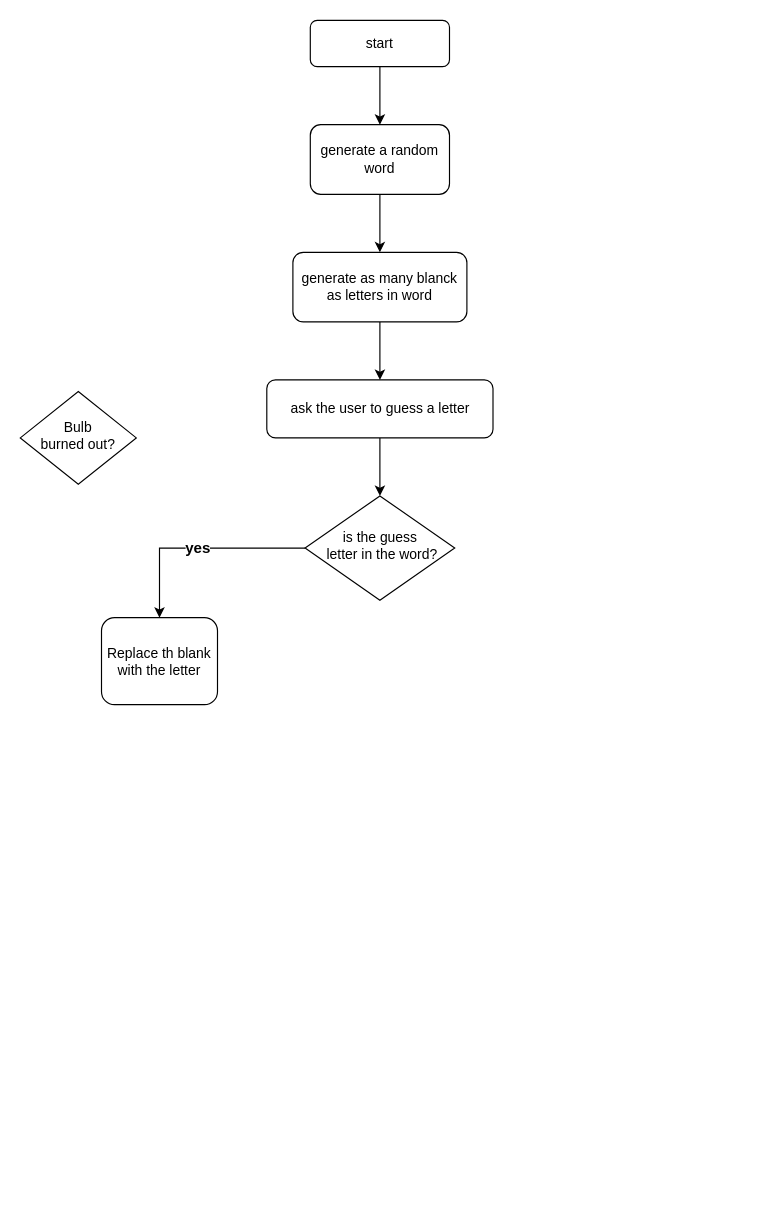
This is Diagrama sin título.drawio from jcdev92/Python, a draw.io file, before an edit. Source tidied: cells renumbered, new cells numbered last; positions are measured from the earlier drawing's top-left corner, leaving out a move shared by most shapes. Both pictures are drawn from the tidied source at 116%, with x=0, y=0 at pixel (20, 20).
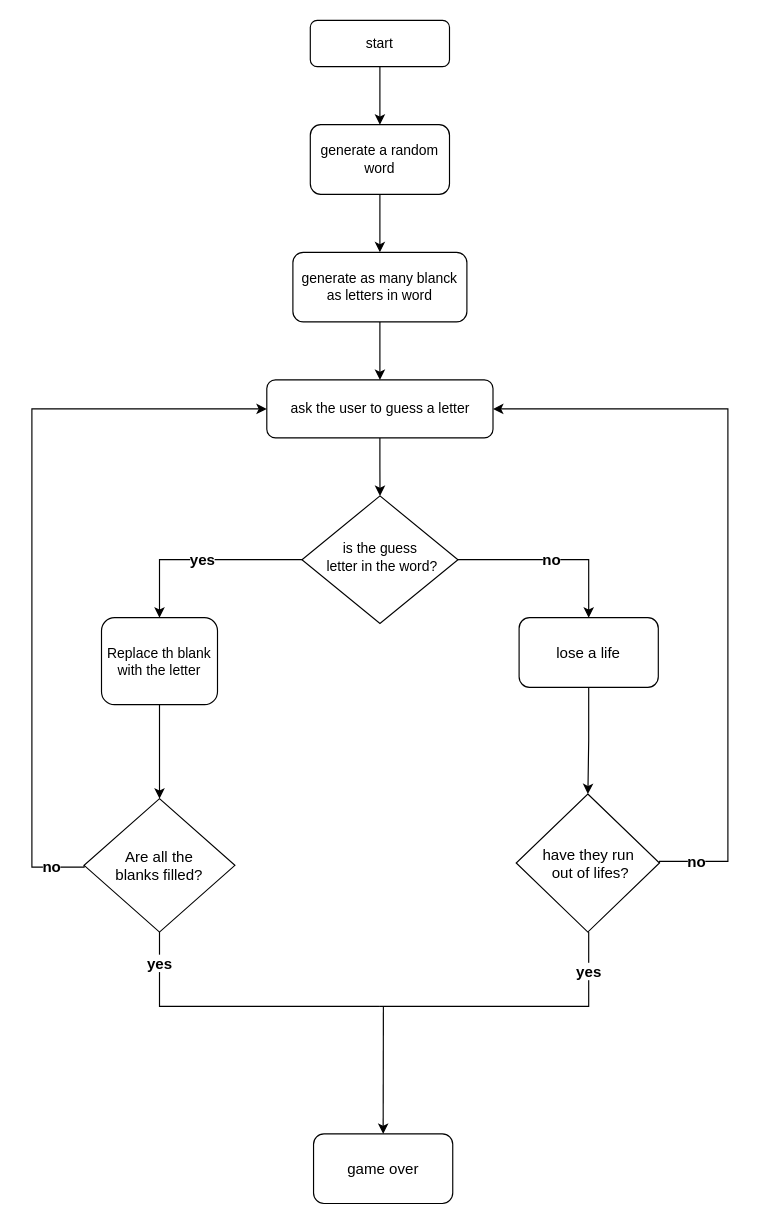
The same page after the edit.

The change refers to these unchanged cells:
```xml
<mxCell id="10" value="ask the user to guess a letter" style="rounded=1;whiteSpace=wrap;html=1;fontSize=12;glass=0;strokeWidth=1;shadow=0;" parent="1" vertex="1">
  <mxGeometry x="212.5" y="310" width="195" height="50" as="geometry" />
</mxCell>
<mxCell id="11" value="&lt;div&gt;Replace th blank with the letter&lt;/div&gt;" style="rounded=1;whiteSpace=wrap;html=1;fontSize=12;glass=0;strokeWidth=1;shadow=0;" parent="1" vertex="1">
  <mxGeometry x="70" y="515" width="100" height="75" as="geometry" />
</mxCell>
```

Diff of the diagram source:
```diff
@@
     <mxCell id="4" value="yes" style="edgeStyle=orthogonalEdgeStyle;rounded=0;jettySize=auto;html=1;exitX=0;exitY=0.5;exitDx=0;exitDy=0;fontSize=13;fontStyle=1;" parent="1" edge="1" source="5" target="11">
-      <mxGeometry relative="1" as="geometry" />
+      <mxGeometry relative="1" as="geometry">
+        <Array as="points">
+          <mxPoint x="120" y="465" />
+        </Array>
+      </mxGeometry>
     </mxCell>
+    <mxCell id="14" value="no" style="edgeStyle=orthogonalEdgeStyle;rounded=0;jettySize=auto;html=1;fontSize=13;fontStyle=1;" parent="1" edge="1" source="5" target="17">
+      <mxGeometry relative="1" as="geometry">
+        <Array as="points">
+          <mxPoint x="490" y="465" />
+        </Array>
+      </mxGeometry>
+    </mxCell>
     <mxCell id="5" value="&lt;div&gt;is the guess&lt;/div&gt;&lt;div&gt;&amp;nbsp;letter in the word?&lt;/div&gt;" style="rhombus;whiteSpace=wrap;html=1;shadow=0;fontFamily=Helvetica;fontSize=12;align=center;strokeWidth=1;spacing=6;spacingTop=-4;" parent="1" vertex="1">
-      <mxGeometry x="245.5" y="410" width="129" height="90" as="geometry" />
+      <mxGeometry x="242.8" y="410" width="134.5" height="110" as="geometry" />
     </mxCell>
@@
-    <mxCell id="8" value="Bulb&lt;br&gt;burned out?" style="rhombus;whiteSpace=wrap;html=1;shadow=0;fontFamily=Helvetica;fontSize=12;align=center;strokeWidth=1;spacing=6;spacingTop=-4;" parent="1" vertex="1">
-      <mxGeometry y="320" width="100" height="80" as="geometry" />
-    </mxCell>
@@
+    <mxCell id="15" style="edgeStyle=orthogonalEdgeStyle;rounded=0;jettySize=auto;html=1;fontSize=13;" parent="1" edge="1" source="11" target="20">
+      <mxGeometry relative="1" as="geometry" />
+    </mxCell>
@@
+    <mxCell id="16" style="edgeStyle=orthogonalEdgeStyle;rounded=0;jettySize=auto;html=1;fontSize=13;" parent="1" edge="1" source="17" target="22">
+      <mxGeometry relative="1" as="geometry" />
+    </mxCell>
+    <mxCell id="17" value="lose a life" style="rounded=1;whiteSpace=wrap;html=1;fontSize=13;" parent="1" vertex="1">
+      <mxGeometry x="430" y="515" width="120" height="60" as="geometry" />
+    </mxCell>
+    <mxCell id="18" value="&lt;div&gt;game over&lt;/div&gt;" style="rounded=1;whiteSpace=wrap;html=1;fontSize=13;" parent="1" vertex="1">
+      <mxGeometry x="252.8" y="960" width="120" height="60" as="geometry" />
+    </mxCell>
+    <mxCell id="19" value="no" style="edgeStyle=orthogonalEdgeStyle;rounded=0;jettySize=auto;html=1;exitX=0;exitY=0.5;exitDx=0;exitDy=0;entryX=0;entryY=0.5;entryDx=0;entryDy=0;fontSize=13;fontStyle=1;" parent="1" edge="1" source="20" target="10">
+      <mxGeometry x="-0.91" relative="1" as="geometry">
+        <Array as="points">
+          <mxPoint x="10" y="730" />
+          <mxPoint x="10" y="335" />
+        </Array>
+      </mxGeometry>
+    </mxCell>
+    <mxCell id="20" value="&lt;div&gt;Are all the &lt;br&gt;&lt;/div&gt;&lt;div&gt;blanks filled?&lt;/div&gt;" style="rhombus;whiteSpace=wrap;html=1;fontSize=13;" parent="1" vertex="1">
+      <mxGeometry x="55" y="671" width="130" height="115" as="geometry" />
+    </mxCell>
+    <mxCell id="21" value="no" style="edgeStyle=orthogonalEdgeStyle;rounded=0;jettySize=auto;html=1;exitX=1;exitY=0.5;exitDx=0;exitDy=0;entryX=1;entryY=0.5;entryDx=0;entryDy=0;fontSize=13;fontStyle=1;" parent="1" edge="1" source="22" target="10">
+      <mxGeometry x="-0.9" relative="1" as="geometry">
+        <Array as="points">
+          <mxPoint x="610" y="725" />
+          <mxPoint x="610" y="335" />
+        </Array>
+      </mxGeometry>
+    </mxCell>
+    <mxCell id="22" value="&lt;div&gt;have they run&lt;/div&gt;&lt;div&gt;&amp;nbsp;out of lifes?&lt;/div&gt;" style="rhombus;whiteSpace=wrap;html=1;fontSize=13;" parent="1" vertex="1">
+      <mxGeometry x="427.5" y="667" width="123.5" height="119" as="geometry" />
+    </mxCell>
+    <mxCell id="23" style="endArrow=classic;html=1;rounded=0;fontSize=13;entryX=0.5;entryY=0;entryDx=0;entryDy=0;" parent="1" edge="1" target="18">
+      <mxGeometry relative="1" as="geometry">
+        <mxPoint x="313" y="850" as="sourcePoint" />
+      </mxGeometry>
+    </mxCell>
+    <mxCell id="24" value="&lt;div&gt;yes&lt;/div&gt;" style="endArrow=none;html=1;rounded=0;fontSize=13;exitX=0.5;exitY=1;exitDx=0;exitDy=0;fontStyle=1;" parent="1" edge="1" source="20">
+      <mxGeometry x="-0.79" relative="1" as="geometry">
+        <mxPoint x="310" y="850" as="targetPoint" />
+        <Array as="points">
+          <mxPoint x="120" y="850" />
+          <mxPoint x="210" y="850" />
+        </Array>
+      </mxGeometry>
+    </mxCell>
+    <mxCell id="25" value="&lt;div&gt;yes&lt;/div&gt;" style="endArrow=none;html=1;rounded=0;fontSize=13;fontStyle=1;" parent="1" edge="1">
+      <mxGeometry x="0.72" relative="1" as="geometry">
+        <mxPoint x="310" y="850" as="sourcePoint" />
+        <mxPoint x="490" y="786" as="targetPoint" />
+        <Array as="points">
+          <mxPoint x="490" y="850" />
+        </Array>
+      </mxGeometry>
+    </mxCell>
```
